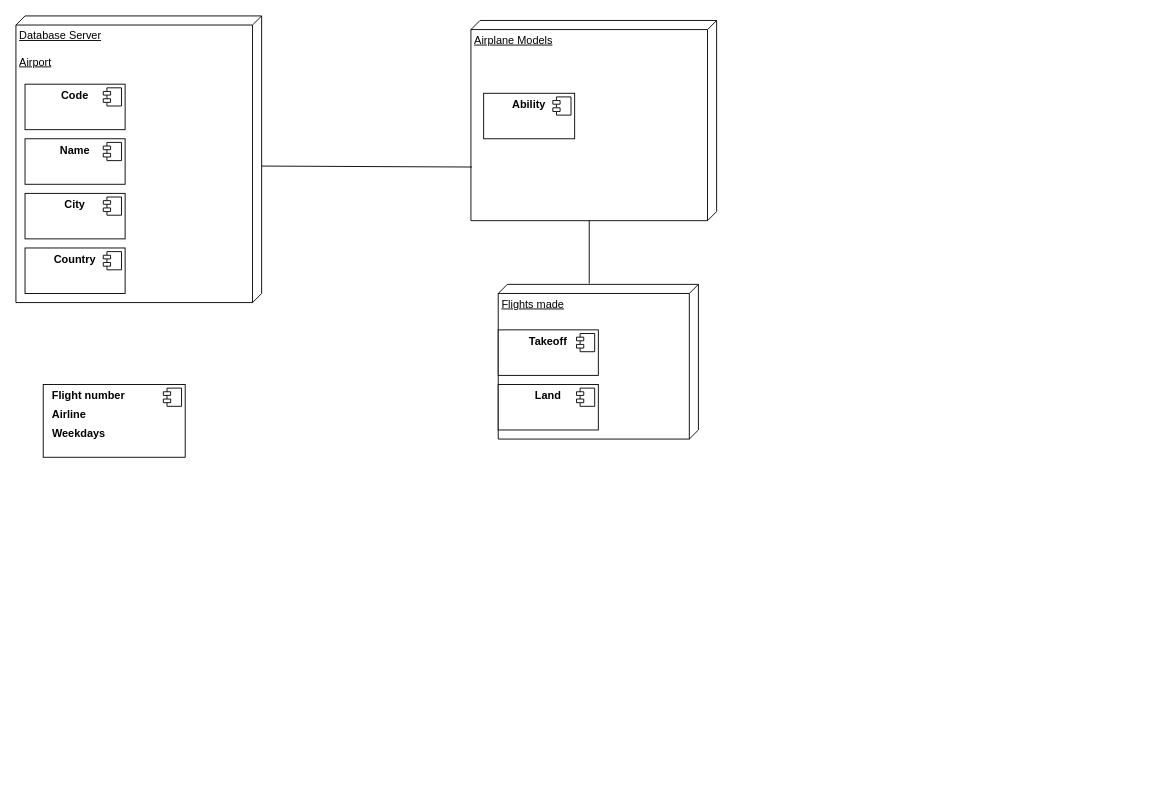
This is page "Página-7" (7 of 7) of UML.drawio from BROC95/JJB_sw, a draw.io file, before an edit. Source tidied: cells renumbered, new cells numbered last; positions are measured from the earlier drawing's top-left corner, leaving out a move shared by most shapes. Both pictures are drawn from the tidied source at 91%, with x=0, y=0 at pixel (15, 15).
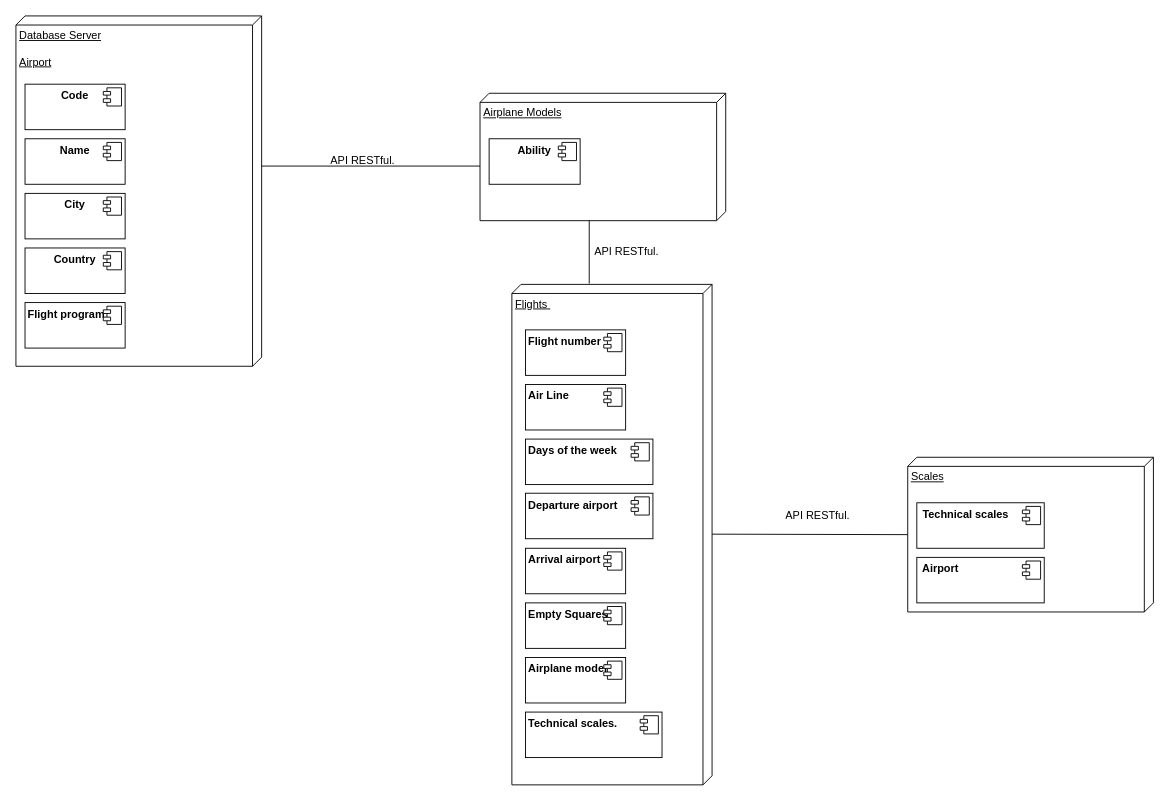
After the change.

Change to the diagram source:
```diff
@@
     <mxCell id="2" style="group;" parent="1" vertex="1">
-      <mxGeometry y="5" width="270" height="340" as="geometry" />
+      <mxGeometry y="5" width="270" height="380" as="geometry" />
     </mxCell>
     <mxCell id="3" value="Database Server&lt;div&gt;&lt;br&gt;&lt;/div&gt;&lt;div&gt;Airport&lt;/div&gt;" style="verticalAlign=top;align=left;spacingTop=8;spacingLeft=2;spacingRight=12;shape=cube;size=10;direction=south;fontStyle=4;html=1;whiteSpace=wrap;" parent="2" vertex="1">
-      <mxGeometry y="-5" width="270" height="315" as="geometry" />
+      <mxGeometry y="-5" width="270" height="385" as="geometry" />
     </mxCell>
@@
+    <mxCell id="25" value="&lt;p style=&quot;margin: 6px 0px 0px;&quot;&gt;&lt;b&gt;&amp;nbsp;Flight program&lt;/b&gt;&lt;br&gt;&lt;/p&gt;" style="align=left;overflow=fill;html=1;whiteSpace=wrap;" parent="2" vertex="1">
+      <mxGeometry x="10" y="310" width="110" height="50" as="geometry" />
+    </mxCell>
+    <mxCell id="26" style="shape=component;jettyWidth=8;jettyHeight=4;" parent="25" vertex="1">
+      <mxGeometry x="1" width="20" height="20" relative="1" as="geometry">
+        <mxPoint x="-24" y="4" as="offset" />
+      </mxGeometry>
+    </mxCell>
     <mxCell id="12" style="group;" parent="1" vertex="1">
-      <mxGeometry x="500" y="5" width="270" height="220" as="geometry" />
+      <mxGeometry x="510" y="25" width="270" height="220" as="geometry" />
     </mxCell>
     <mxCell id="13" value="&lt;div&gt;&lt;span style=&quot;background-color: initial;&quot;&gt;Airplane Models&lt;/span&gt;&lt;br&gt;&lt;/div&gt;" style="verticalAlign=top;align=left;spacingTop=8;spacingLeft=2;spacingRight=12;shape=cube;size=10;direction=south;fontStyle=4;html=1;whiteSpace=wrap;" parent="12" vertex="1">
-      <mxGeometry width="270" height="220" as="geometry" />
+      <mxGeometry y="60" width="270" height="140" as="geometry" />
     </mxCell>
     <mxCell id="14" value="&lt;p style=&quot;margin:0px;margin-top:6px;text-align:center;&quot;&gt;&lt;b&gt;Ability&lt;/b&gt;&lt;/p&gt;" style="align=left;overflow=fill;html=1;whiteSpace=wrap;" parent="12" vertex="1">
-      <mxGeometry x="14" y="80" width="100" height="50" as="geometry" />
+      <mxGeometry x="10" y="110" width="100" height="50" as="geometry" />
     </mxCell>
@@
-    <mxCell id="16" value="&lt;p style=&quot;margin: 6px 0px 0px;&quot;&gt;&lt;span style=&quot;background-color: initial;&quot;&gt;&lt;b&gt;&amp;nbsp; &amp;nbsp;Flight number&amp;nbsp;&lt;/b&gt;&lt;/span&gt;&lt;b style=&quot;background-color: initial;&quot;&gt;&amp;nbsp; &amp;nbsp;&lt;/b&gt;&lt;/p&gt;&lt;p style=&quot;margin: 6px 0px 0px;&quot;&gt;&lt;b style=&quot;background-color: initial;&quot;&gt;&amp;nbsp; &amp;nbsp;Airline&lt;/b&gt;&lt;/p&gt;&lt;p style=&quot;margin: 6px 0px 0px;&quot;&gt;&lt;b&gt;&amp;nbsp; &amp;nbsp;&lt;/b&gt;&lt;b style=&quot;background-color: initial;&quot;&gt;Weekdays&amp;nbsp;&lt;/b&gt;&lt;/p&gt;&lt;p style=&quot;margin: 6px 0px 0px;&quot;&gt;&lt;span style=&quot;background-color: initial;&quot;&gt;&lt;b&gt;&lt;br&gt;&lt;/b&gt;&lt;/span&gt;&lt;/p&gt;" style="align=left;overflow=fill;html=1;whiteSpace=wrap;" parent="1" vertex="1">
-      <mxGeometry x="30" y="405" width="156" height="80" as="geometry" />
-    </mxCell>
-    <mxCell id="17" style="shape=component;jettyWidth=8;jettyHeight=4;" parent="16" vertex="1">
-      <mxGeometry x="1" width="20" height="20" relative="1" as="geometry">
-        <mxPoint x="-24" y="4" as="offset" />
-      </mxGeometry>
-    </mxCell>
-    <mxCell id="18" style="endArrow=none;html=1;rounded=0;entryX=0.732;entryY=0.996;entryDx=0;entryDy=0;entryPerimeter=0;" parent="1" edge="1" target="13">
+    <mxCell id="18" style="endArrow=none;html=1;rounded=0;" parent="1" edge="1">
       <mxGeometry relative="1" as="geometry">
         <mxPoint x="270" y="165" as="sourcePoint" />
+        <mxPoint x="510" y="165" as="targetPoint" />
       </mxGeometry>
     </mxCell>
-    <mxCell id="19" value="&lt;div&gt;Flights made&lt;br&gt;&lt;/div&gt;" style="verticalAlign=top;align=left;spacingTop=8;spacingLeft=2;spacingRight=12;shape=cube;size=10;direction=south;fontStyle=4;html=1;whiteSpace=wrap;" parent="1" vertex="1">
-      <mxGeometry x="530" y="295" width="220" height="170" as="geometry" />
+    <mxCell id="19" value="&lt;div&gt;Flights&amp;nbsp;&lt;br&gt;&lt;/div&gt;" style="verticalAlign=top;align=left;spacingTop=8;spacingLeft=2;spacingRight=12;shape=cube;size=10;direction=south;fontStyle=4;html=1;whiteSpace=wrap;" parent="1" vertex="1">
+      <mxGeometry x="545" y="295" width="220" height="550" as="geometry" />
     </mxCell>
-    <mxCell id="20" value="&lt;p style=&quot;margin:0px;margin-top:6px;text-align:center;&quot;&gt;&lt;b&gt;Takeoff&lt;/b&gt;&lt;/p&gt;" style="align=left;overflow=fill;html=1;whiteSpace=wrap;" parent="1" vertex="1">
-      <mxGeometry x="530" y="345" width="110" height="50" as="geometry" />
+    <mxCell id="20" value="&lt;p style=&quot;margin: 6px 0px 0px;&quot;&gt;&lt;b&gt;&amp;nbsp;Airplane model&lt;/b&gt;&lt;br&gt;&lt;/p&gt;" style="align=left;overflow=fill;html=1;whiteSpace=wrap;" parent="1" vertex="1">
+      <mxGeometry x="560" y="705" width="110" height="50" as="geometry" />
     </mxCell>
@@
-    <mxCell id="22" value="&lt;p style=&quot;margin:0px;margin-top:6px;text-align:center;&quot;&gt;&lt;b&gt;Land&lt;/b&gt;&lt;/p&gt;" style="align=left;overflow=fill;html=1;whiteSpace=wrap;" parent="1" vertex="1">
-      <mxGeometry x="530" y="405" width="110" height="50" as="geometry" />
-    </mxCell>
-    <mxCell id="23" style="shape=component;jettyWidth=8;jettyHeight=4;" parent="22" vertex="1">
-      <mxGeometry x="1" width="20" height="20" relative="1" as="geometry">
-        <mxPoint x="-24" y="4" as="offset" />
-      </mxGeometry>
-    </mxCell>
@@
+    <mxCell id="27" value="&lt;p style=&quot;margin: 6px 0px 0px;&quot;&gt;&lt;b&gt;&amp;nbsp;Empty Squares&lt;/b&gt;&lt;br&gt;&lt;/p&gt;" style="align=left;overflow=fill;html=1;whiteSpace=wrap;" parent="1" vertex="1">
+      <mxGeometry x="560" y="645" width="110" height="50" as="geometry" />
+    </mxCell>
+    <mxCell id="28" style="shape=component;jettyWidth=8;jettyHeight=4;" parent="27" vertex="1">
+      <mxGeometry x="1" width="20" height="20" relative="1" as="geometry">
+        <mxPoint x="-24" y="4" as="offset" />
+      </mxGeometry>
+    </mxCell>
+    <mxCell id="29" value="&lt;p style=&quot;margin: 6px 0px 0px;&quot;&gt;&lt;b&gt;&amp;nbsp;Arrival airport&lt;/b&gt;&lt;/p&gt;&lt;p style=&quot;margin: 6px 0px 0px;&quot;&gt;&lt;br&gt;&lt;/p&gt;" style="align=left;overflow=fill;html=1;whiteSpace=wrap;" parent="1" vertex="1">
+      <mxGeometry x="560" y="585" width="110" height="50" as="geometry" />
+    </mxCell>
+    <mxCell id="30" style="shape=component;jettyWidth=8;jettyHeight=4;" parent="29" vertex="1">
+      <mxGeometry x="1" width="20" height="20" relative="1" as="geometry">
+        <mxPoint x="-24" y="4" as="offset" />
+      </mxGeometry>
+    </mxCell>
+    <mxCell id="31" value="&lt;p style=&quot;margin: 6px 0px 0px;&quot;&gt;&lt;b&gt;&amp;nbsp;Departure airport&lt;/b&gt;&lt;br&gt;&lt;/p&gt;" style="align=left;overflow=fill;html=1;whiteSpace=wrap;" parent="1" vertex="1">
+      <mxGeometry x="560" y="524.5" width="140" height="50" as="geometry" />
+    </mxCell>
+    <mxCell id="32" style="shape=component;jettyWidth=8;jettyHeight=4;" parent="31" vertex="1">
+      <mxGeometry x="1" width="20" height="20" relative="1" as="geometry">
+        <mxPoint x="-24" y="4" as="offset" />
+      </mxGeometry>
+    </mxCell>
+    <mxCell id="33" value="&lt;p style=&quot;margin: 6px 0px 0px;&quot;&gt;&lt;span style=&quot;background-color: initial;&quot;&gt;&lt;b&gt;&amp;nbsp;Flight number&amp;nbsp;&lt;/b&gt;&lt;/span&gt;&lt;b style=&quot;text-align: left; background-color: initial;&quot;&gt;&amp;nbsp;&lt;/b&gt;&lt;br&gt;&lt;/p&gt;" style="align=left;overflow=fill;html=1;whiteSpace=wrap;" parent="1" vertex="1">
+      <mxGeometry x="560" y="345" width="110" height="50" as="geometry" />
+    </mxCell>
+    <mxCell id="34" style="shape=component;jettyWidth=8;jettyHeight=4;" parent="33" vertex="1">
+      <mxGeometry x="1" width="20" height="20" relative="1" as="geometry">
+        <mxPoint x="-24" y="4" as="offset" />
+      </mxGeometry>
+    </mxCell>
+    <mxCell id="35" value="&lt;p style=&quot;margin: 6px 0px 0px;&quot;&gt;&lt;b&gt;&amp;nbsp;Days of the week&lt;/b&gt;&lt;br&gt;&lt;/p&gt;" style="align=left;overflow=fill;html=1;whiteSpace=wrap;" parent="1" vertex="1">
+      <mxGeometry x="560" y="465" width="140" height="50" as="geometry" />
+    </mxCell>
+    <mxCell id="36" style="shape=component;jettyWidth=8;jettyHeight=4;" parent="35" vertex="1">
+      <mxGeometry x="1" width="20" height="20" relative="1" as="geometry">
+        <mxPoint x="-24" y="4" as="offset" />
+      </mxGeometry>
+    </mxCell>
+    <mxCell id="37" value="&lt;p style=&quot;margin: 6px 0px 0px;&quot;&gt;&lt;b&gt;&amp;nbsp;Air Line&lt;/b&gt;&lt;br&gt;&lt;/p&gt;" style="align=left;overflow=fill;html=1;whiteSpace=wrap;" parent="1" vertex="1">
+      <mxGeometry x="560" y="405" width="110" height="50" as="geometry" />
+    </mxCell>
+    <mxCell id="38" style="shape=component;jettyWidth=8;jettyHeight=4;" parent="37" vertex="1">
+      <mxGeometry x="1" width="20" height="20" relative="1" as="geometry">
+        <mxPoint x="-24" y="4" as="offset" />
+      </mxGeometry>
+    </mxCell>
+    <mxCell id="39" value="&lt;p style=&quot;margin: 6px 0px 0px;&quot;&gt;&lt;b&gt;&amp;nbsp;Technical scales.&lt;/b&gt;&lt;br&gt;&lt;/p&gt;" style="align=left;overflow=fill;html=1;whiteSpace=wrap;" parent="1" vertex="1">
+      <mxGeometry x="560" y="765" width="150" height="50" as="geometry" />
+    </mxCell>
+    <mxCell id="40" style="shape=component;jettyWidth=8;jettyHeight=4;" parent="39" vertex="1">
+      <mxGeometry x="1" width="20" height="20" relative="1" as="geometry">
+        <mxPoint x="-24" y="4" as="offset" />
+      </mxGeometry>
+    </mxCell>
+    <mxCell id="41" value="&lt;div&gt;Scales&lt;br&gt;&lt;/div&gt;" style="verticalAlign=top;align=left;spacingTop=8;spacingLeft=2;spacingRight=12;shape=cube;size=10;direction=south;fontStyle=4;html=1;whiteSpace=wrap;" parent="1" vertex="1">
+      <mxGeometry x="980" y="485" width="270" height="170" as="geometry" />
+    </mxCell>
+    <mxCell id="42" value="&lt;p style=&quot;margin: 6px 0px 0px;&quot;&gt;&lt;b&gt;&amp;nbsp; Technical scales&lt;/b&gt;&lt;br&gt;&lt;/p&gt;" style="align=left;overflow=fill;html=1;whiteSpace=wrap;" parent="1" vertex="1">
+      <mxGeometry x="990" y="535" width="140" height="50" as="geometry" />
+    </mxCell>
+    <mxCell id="43" style="shape=component;jettyWidth=8;jettyHeight=4;" parent="42" vertex="1">
+      <mxGeometry x="1" width="20" height="20" relative="1" as="geometry">
+        <mxPoint x="-24" y="4" as="offset" />
+      </mxGeometry>
+    </mxCell>
+    <mxCell id="44" value="&lt;p style=&quot;margin: 6px 0px 0px;&quot;&gt;&lt;b style=&quot;background-color: initial;&quot;&gt;&amp;nbsp; Airport&lt;/b&gt;&lt;/p&gt;" style="align=left;overflow=fill;html=1;whiteSpace=wrap;" parent="1" vertex="1">
+      <mxGeometry x="990" y="595" width="140" height="50" as="geometry" />
+    </mxCell>
+    <mxCell id="45" style="shape=component;jettyWidth=8;jettyHeight=4;" parent="44" vertex="1">
+      <mxGeometry x="1" width="20" height="20" relative="1" as="geometry">
+        <mxPoint x="-24" y="4" as="offset" />
+      </mxGeometry>
+    </mxCell>
+    <mxCell id="46" style="endArrow=none;html=1;rounded=0;" parent="1" edge="1">
+      <mxGeometry relative="1" as="geometry">
+        <mxPoint x="765" y="569.5" as="sourcePoint" />
+        <mxPoint x="980" y="570" as="targetPoint" />
+      </mxGeometry>
+    </mxCell>
+    <mxCell id="47" value="API RESTful." style="text;strokeColor=none;fillColor=none;spacingLeft=4;spacingRight=4;overflow=hidden;fontSize=12;whiteSpace=wrap;html=1;" parent="1" vertex="1">
+      <mxGeometry x="340" y="145" width="100" height="30" as="geometry" />
+    </mxCell>
+    <mxCell id="48" value="API RESTful." style="text;strokeColor=none;fillColor=none;spacingLeft=4;spacingRight=4;overflow=hidden;fontSize=12;whiteSpace=wrap;html=1;" parent="1" vertex="1">
+      <mxGeometry x="630" y="245" width="100" height="30" as="geometry" />
+    </mxCell>
+    <mxCell id="49" value="API RESTful." style="text;strokeColor=none;fillColor=none;spacingLeft=4;spacingRight=4;overflow=hidden;fontSize=12;whiteSpace=wrap;html=1;" parent="1" vertex="1">
+      <mxGeometry x="840" y="535" width="100" height="30" as="geometry" />
+    </mxCell>
```
